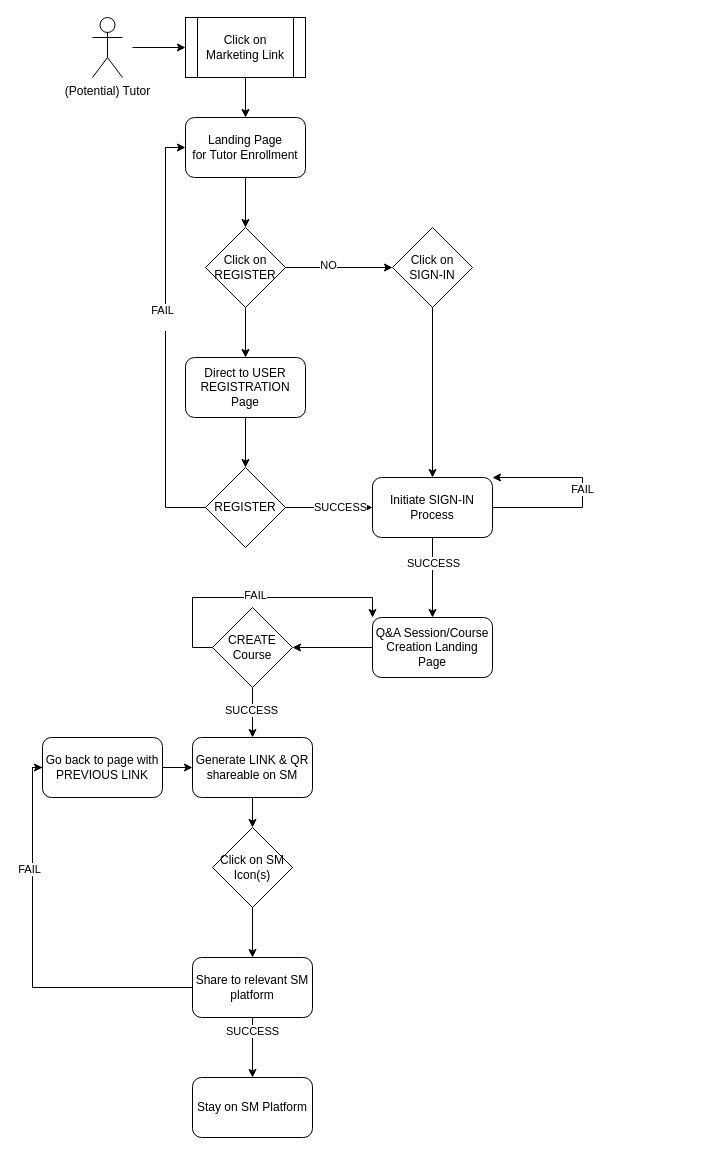
This is Q&A-Onboarding-Workflow.drawio from icdw/workflows, a draw.io file, before an edit. Source tidied: cells renumbered, new cells numbered last; positions are measured from the earlier drawing's top-left corner, leaving out a move shared by most shapes. Both pictures are drawn from the tidied source at 100%, with x=0, y=0 at pixel (32, 17). Pictures stored in the file or linked from it are replaced by grey dashed boxes.
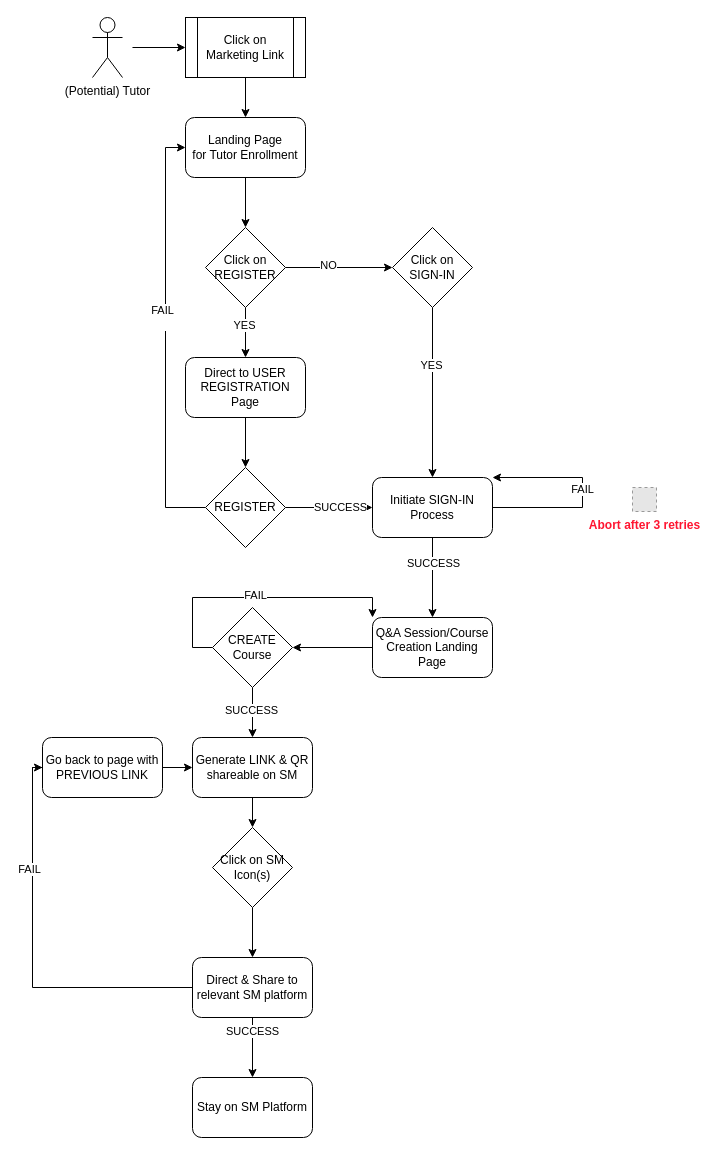
After the change.

Unchanged cells that the change refers to:
```xml
<mxCell id="10" style="edgeStyle=orthogonalEdgeStyle;rounded=0;jettySize=auto;html=1;exitX=0.5;exitY=1;exitDx=0;exitDy=0;entryX=0.5;entryY=0;entryDx=0;entryDy=0;" parent="1" edge="1" source="11" target="15">
  <mxGeometry relative="1" as="geometry" />
</mxCell>
<mxCell id="12" style="edgeStyle=orthogonalEdgeStyle;rounded=0;jettySize=auto;html=1;exitX=0.5;exitY=1;exitDx=0;exitDy=0;entryX=0.5;entryY=0;entryDx=0;entryDy=0;" parent="1" edge="1" source="13" target="18">
  <mxGeometry relative="1" as="geometry" />
</mxCell>
```

Diff of the diagram source:
```diff
@@
+    <mxCell id="46" value="YES" style="edgeLabel;html=1;align=center;verticalAlign=middle;" parent="10" vertex="1">
+      <mxGeometry x="-0.33" y="-2" relative="1" as="geometry" />
+    </mxCell>
@@
+    <mxCell id="47" value="YES" style="edgeLabel;html=1;align=center;verticalAlign=middle;" parent="12" vertex="1">
+      <mxGeometry x="-0.33" y="-2" relative="1" as="geometry" />
+    </mxCell>
@@
-    <mxCell id="41" value="Share to relevant SM platform" style="rounded=1;whiteSpace=wrap;html=1;" parent="1" vertex="1">
+    <mxCell id="41" value="Direct &amp;amp; Share to relevant SM platform" style="rounded=1;whiteSpace=wrap;html=1;" parent="1" vertex="1">
       <mxGeometry x="160" y="940" width="120" height="60" as="geometry" />
     </mxCell>
@@
+    <mxCell id="48" value="&lt;b&gt;&lt;font style=&quot;color: rgb(255, 21, 49);&quot;&gt;Abort after 3 retries&lt;/font&gt;&lt;/b&gt;" style="fillColor=#E6E6E6;strokeColor=#999999;dashed=1;html=1;verticalAlign=top;verticalLabelPosition=bottom;labelBackgroundColor=#ffffff;" parent="1" vertex="1">
+      <mxGeometry x="600" y="470" width="24" height="24" as="geometry" />
+    </mxCell>
```
